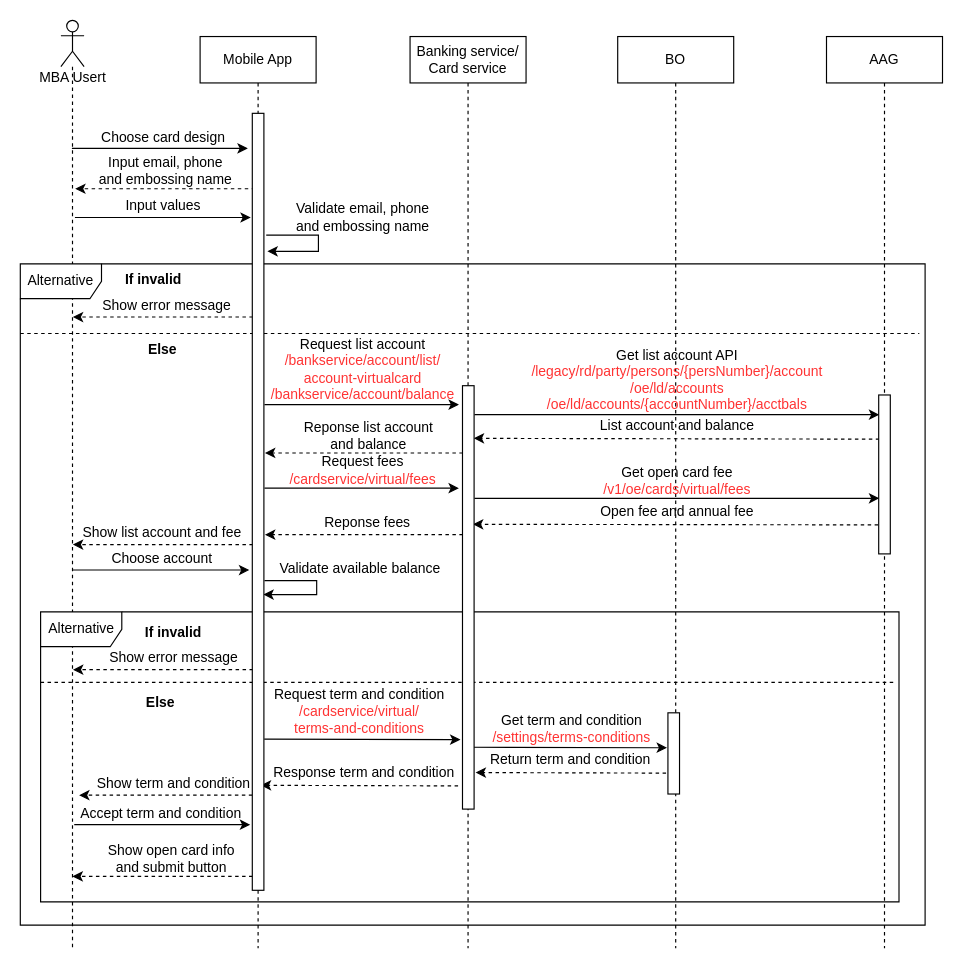
This is page "Open-card-user-info" (3 of 15) of Sequence Diagram.drawio from lyminh1994/diagram, a draw.io file, before an edit. Source tidied: cells renumbered, new cells numbered last; positions are measured from the earlier drawing's top-left corner, leaving out a move shared by most shapes. Both pictures are drawn from the tidied source at 116%, with x=0, y=0 at pixel (20, 20).
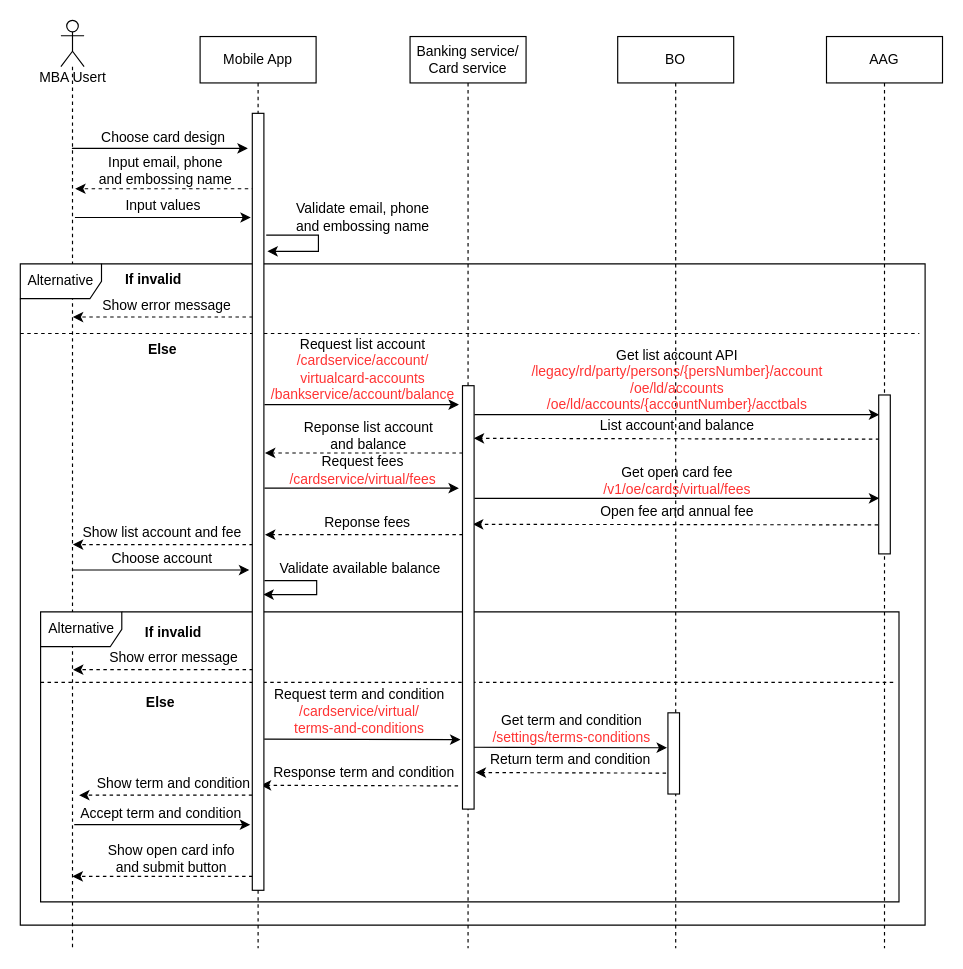
The same page after the edit.

Change to the diagram source:
```diff
@@
-    <mxCell id="23" value="Request list account&lt;br&gt;&lt;font color=&quot;#ff3333&quot;&gt;/bankservice/account/list/&lt;br&gt;account-virtualcard&lt;br&gt;/bankservice/account/balance&lt;br&gt;&lt;/font&gt;" style="text;html=1;align=center;verticalAlign=middle;strokeColor=none;fontSize=12;" parent="1" vertex="1">
+    <mxCell id="23" value="Request list account&lt;br&gt;&lt;font color=&quot;#ff3333&quot;&gt;/cardservice/account/&lt;br&gt;virtualcard-accounts&lt;br&gt;/bankservice/account/balance&lt;br&gt;&lt;/font&gt;" style="text;html=1;align=center;verticalAlign=middle;strokeColor=none;fontSize=12;" parent="1" vertex="1">
       <mxGeometry x="210" y="271" width="170" height="60" as="geometry" />
     </mxCell>
```
